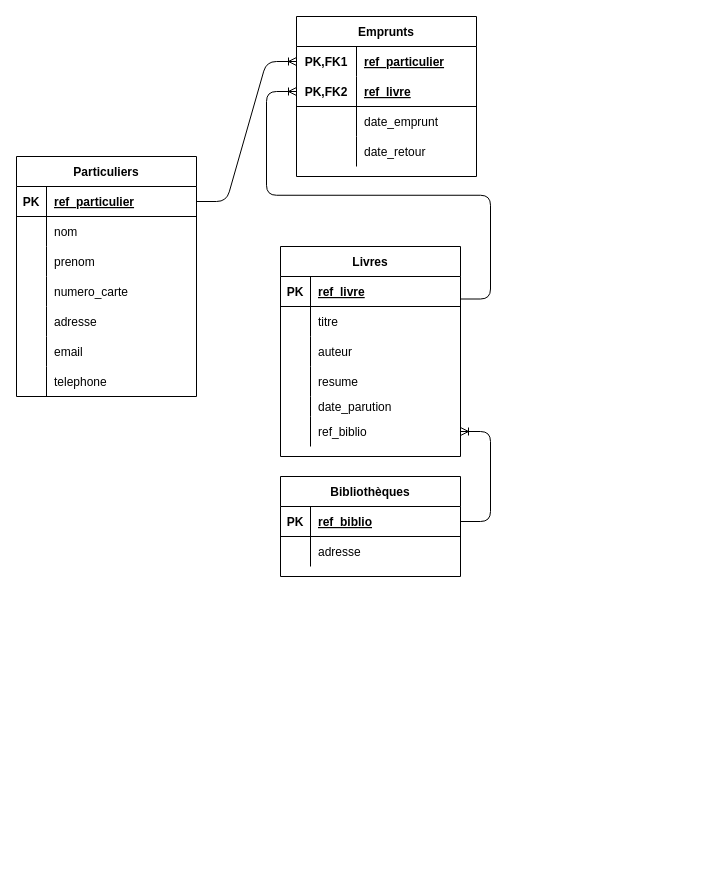
This is First Diagram.drawio from AlexSWEng/Diagrams, a draw.io file, before an edit. Source tidied: cells renumbered, new cells numbered last; positions are measured from the earlier drawing's top-left corner, leaving out a move shared by most shapes. Both pictures are drawn from the tidied source at 100%, with x=0, y=0 at pixel (16, 16).
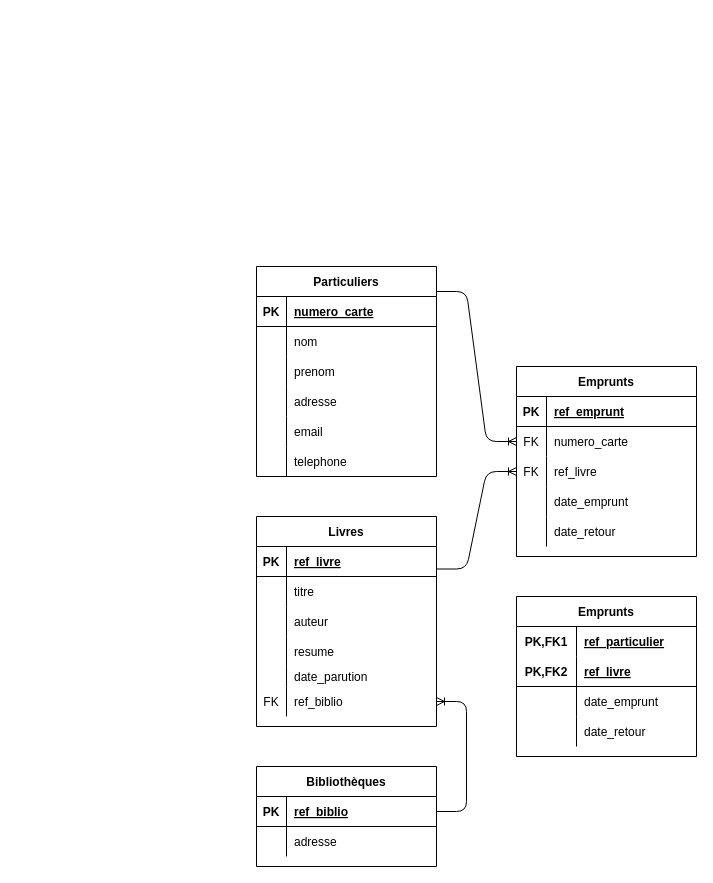
Above is the later version.

Unchanged cells that the change refers to:
```xml
<mxCell id="3" style="shape=partialRectangle;fillColor=none;top=0;left=0;bottom=1;right=0;points=[[0,0.5],[1,0.5]];portConstraint=eastwest;" parent="2" vertex="1">
  <mxGeometry y="30" width="180" height="30" as="geometry" />
</mxCell>
<mxCell id="40" style="shape=partialRectangle;fillColor=none;top=0;left=0;bottom=0;right=0;points=[[0,0.5],[1,0.5]];portConstraint=eastwest;" parent="24" vertex="1">
  <mxGeometry y="170" width="180" height="30" as="geometry" />
</mxCell>
<mxCell id="52" style="shape=partialRectangle;fillColor=none;top=0;left=0;bottom=0;right=0;points=[[0,0.5],[1,0.5]];portConstraint=eastwest;" parent="51" vertex="1">
  <mxGeometry y="30" width="180" height="30" as="geometry" />
</mxCell>
```

What changed in the source:
```diff
@@
     <mxCell id="2" value="Particuliers" style="shape=table;startSize=30;childLayout=tableLayout;rowLines=0;fontStyle=1;align=center;" parent="1" vertex="1">
-      <mxGeometry y="140" width="180" height="240" as="geometry" />
+      <mxGeometry x="240" y="250" width="180" height="210" as="geometry" />
     </mxCell>
@@
-    <mxCell id="5" value="ref_particulier" style="shape=partialRectangle;fillColor=none;top=0;left=0;bottom=0;right=0;align=left;spacingLeft=6;fontStyle=5;overflow=hidden;" parent="3" vertex="1">
+    <mxCell id="5" value="numero_carte" style="shape=partialRectangle;fillColor=none;top=0;left=0;bottom=0;right=0;align=left;spacingLeft=6;fontStyle=5;overflow=hidden;" parent="3" vertex="1">
       <mxGeometry x="30" width="150" height="30" as="geometry" />
     </mxCell>
@@
-    <mxCell id="12" style="shape=partialRectangle;fillColor=none;top=0;left=0;bottom=0;right=0;" parent="2" vertex="1">
-      <mxGeometry y="120" width="180" height="30" as="geometry" />
-    </mxCell>
-    <mxCell id="13" style="shape=partialRectangle;fillColor=none;top=0;left=0;bottom=0;right=0;overflow=hidden;" parent="12" vertex="1">
-      <mxGeometry width="30" height="30" as="geometry" />
-    </mxCell>
-    <mxCell id="14" value="numero_carte" style="shape=partialRectangle;fillColor=none;top=0;left=0;bottom=0;right=0;align=left;spacingLeft=6;overflow=hidden;" parent="12" vertex="1">
-      <mxGeometry x="30" width="150" height="30" as="geometry" />
-    </mxCell>
     <mxCell id="15" style="shape=partialRectangle;fillColor=none;top=0;left=0;bottom=0;right=0;" parent="2" vertex="1">
-      <mxGeometry y="150" width="180" height="30" as="geometry" />
+      <mxGeometry y="120" width="180" height="30" as="geometry" />
     </mxCell>
@@
     <mxCell id="18" style="shape=partialRectangle;fillColor=none;top=0;left=0;bottom=0;right=0;" parent="2" vertex="1">
-      <mxGeometry y="180" width="180" height="30" as="geometry" />
+      <mxGeometry y="150" width="180" height="30" as="geometry" />
     </mxCell>
@@
     <mxCell id="21" style="shape=partialRectangle;fillColor=none;top=0;left=0;bottom=0;right=0;" parent="2" vertex="1">
-      <mxGeometry y="210" width="180" height="30" as="geometry" />
+      <mxGeometry y="180" width="180" height="30" as="geometry" />
     </mxCell>
@@
     <mxCell id="24" value="Livres" style="shape=table;startSize=30;childLayout=tableLayout;rowLines=0;fontStyle=1;align=center;" parent="1" vertex="1">
-      <mxGeometry x="264" y="230" width="180" height="210" as="geometry" />
+      <mxGeometry x="240" y="500" width="180" height="210" as="geometry" />
     </mxCell>
@@
-    <mxCell id="41" style="shape=partialRectangle;fillColor=none;top=0;left=0;bottom=0;right=0;overflow=hidden;" parent="40" vertex="1">
+    <mxCell id="41" value="FK" style="shape=partialRectangle;fillColor=none;top=0;left=0;bottom=0;right=0;overflow=hidden;" parent="40" vertex="1">
       <mxGeometry width="30" height="30" as="geometry" />
     </mxCell>
@@
     <mxCell id="43" value="Bibliothèques" style="shape=table;startSize=30;childLayout=tableLayout;rowLines=0;fontStyle=1;align=center;" parent="1" vertex="1">
-      <mxGeometry x="264" y="460" width="180" height="100" as="geometry" />
+      <mxGeometry x="240" y="750" width="180" height="100" as="geometry" />
     </mxCell>
@@
-    <mxCell id="50" style="edgeStyle=entityRelationEdgeStyle;fontSize=12;html=1;endArrow=ERoneToMany;entryX=0;entryY=0.5;entryDx=0;entryDy=0;" parent="1" edge="1" source="3" target="52">
-      <mxGeometry relative="1" as="geometry" />
+    <mxCell id="50" style="edgeStyle=entityRelationEdgeStyle;fontSize=12;html=1;endArrow=ERoneToMany;entryX=0;entryY=0.5;entryDx=0;entryDy=0;" parent="1" edge="1" target="70">
+      <mxGeometry relative="1" as="geometry">
+        <mxPoint x="420" y="275" as="sourcePoint" />
+      </mxGeometry>
     </mxCell>
     <mxCell id="51" value="Emprunts" style="shape=table;startSize=30;childLayout=tableLayout;rowLines=0;fontStyle=1;align=center;" parent="1" vertex="1">
-      <mxGeometry x="280" width="180" height="160" as="geometry" />
+      <mxGeometry x="500" y="580" width="180" height="160" as="geometry" />
     </mxCell>
@@
-    <mxCell id="64" style="edgeStyle=entityRelationEdgeStyle;fontSize=12;html=1;endArrow=ERoneToMany;exitX=1;exitY=0.25;exitDx=0;exitDy=0;" parent="1" edge="1" source="24">
-      <mxGeometry relative="1" as="geometry">
-        <mxPoint x="280" y="75" as="targetPoint" />
-      </mxGeometry>
+    <mxCell id="64" style="edgeStyle=entityRelationEdgeStyle;fontSize=12;html=1;endArrow=ERoneToMany;exitX=1;exitY=0.25;exitDx=0;exitDy=0;entryX=0;entryY=0.5;entryDx=0;entryDy=0;" parent="1" edge="1" source="24" target="72">
+      <mxGeometry relative="1" as="geometry" />
     </mxCell>
@@
+    <mxCell id="66" value="Emprunts" style="shape=table;startSize=30;childLayout=tableLayout;rowLines=0;fontStyle=1;align=center;" parent="1" vertex="1">
+      <mxGeometry x="500" y="350" width="180" height="190" as="geometry" />
+    </mxCell>
+    <mxCell id="67" style="shape=partialRectangle;fillColor=none;top=0;left=0;bottom=1;right=0;" parent="66" vertex="1">
+      <mxGeometry y="30" width="180" height="30" as="geometry" />
+    </mxCell>
+    <mxCell id="68" value="PK" style="shape=partialRectangle;fillColor=none;top=0;left=0;bottom=0;right=0;fontStyle=1;overflow=hidden;" parent="67" vertex="1">
+      <mxGeometry width="30" height="30" as="geometry" />
+    </mxCell>
+    <mxCell id="69" value="ref_emprunt" style="shape=partialRectangle;fillColor=none;top=0;left=0;bottom=0;right=0;align=left;spacingLeft=6;fontStyle=5;overflow=hidden;" parent="67" vertex="1">
+      <mxGeometry x="30" width="150" height="30" as="geometry" />
+    </mxCell>
+    <mxCell id="70" style="shape=partialRectangle;fillColor=none;top=0;left=0;bottom=0;right=0;points=[[0,0.5],[1,0.5]];portConstraint=eastwest;" parent="66" vertex="1">
+      <mxGeometry y="60" width="180" height="30" as="geometry" />
+    </mxCell>
+    <mxCell id="71" value="FK" style="shape=partialRectangle;fillColor=none;top=0;left=0;bottom=0;right=0;overflow=hidden;" parent="70" vertex="1">
+      <mxGeometry width="30" height="30" as="geometry" />
+    </mxCell>
+    <mxCell id="14" value="numero_carte" style="shape=partialRectangle;fillColor=none;top=0;left=0;bottom=0;right=0;align=left;spacingLeft=6;overflow=hidden;" parent="70" vertex="1">
+      <mxGeometry x="30" width="150" height="30" as="geometry" />
+    </mxCell>
+    <mxCell id="72" style="shape=partialRectangle;fillColor=none;top=0;left=0;bottom=0;right=0;points=[[0,0.5],[1,0.5]];portConstraint=eastwest;" parent="66" vertex="1">
+      <mxGeometry y="90" width="180" height="30" as="geometry" />
+    </mxCell>
+    <mxCell id="73" value="FK" style="shape=partialRectangle;fillColor=none;top=0;left=0;bottom=0;right=0;overflow=hidden;" parent="72" vertex="1">
+      <mxGeometry width="30" height="30" as="geometry" />
+    </mxCell>
+    <mxCell id="74" value="ref_livre" style="shape=partialRectangle;fillColor=none;top=0;left=0;bottom=0;right=0;align=left;spacingLeft=6;overflow=hidden;" parent="72" vertex="1">
+      <mxGeometry x="30" width="150" height="30" as="geometry" />
+    </mxCell>
+    <mxCell id="12" style="shape=partialRectangle;fillColor=none;top=0;left=0;bottom=0;right=0;" parent="66" vertex="1">
+      <mxGeometry y="120" width="180" height="30" as="geometry" />
+    </mxCell>
+    <mxCell id="75" style="shape=partialRectangle;fillColor=none;top=0;left=0;bottom=0;right=0;overflow=hidden;" parent="12" vertex="1">
+      <mxGeometry width="30" height="30" as="geometry" />
+    </mxCell>
+    <mxCell id="76" value="date_emprunt" style="shape=partialRectangle;fillColor=none;top=0;left=0;bottom=0;right=0;align=left;spacingLeft=6;overflow=hidden;" parent="12" vertex="1">
+      <mxGeometry x="30" width="150" height="30" as="geometry" />
+    </mxCell>
+    <mxCell id="77" style="shape=partialRectangle;fillColor=none;top=0;left=0;bottom=0;right=0;" parent="66" vertex="1">
+      <mxGeometry y="150" width="180" height="30" as="geometry" />
+    </mxCell>
+    <mxCell id="78" style="shape=partialRectangle;fillColor=none;top=0;left=0;bottom=0;right=0;overflow=hidden;" parent="77" vertex="1">
+      <mxGeometry width="30" height="30" as="geometry" />
+    </mxCell>
+    <mxCell id="79" value="date_retour" style="shape=partialRectangle;fillColor=none;top=0;left=0;bottom=0;right=0;align=left;spacingLeft=6;overflow=hidden;" parent="77" vertex="1">
+      <mxGeometry x="30" width="150" height="30" as="geometry" />
+    </mxCell>
```
